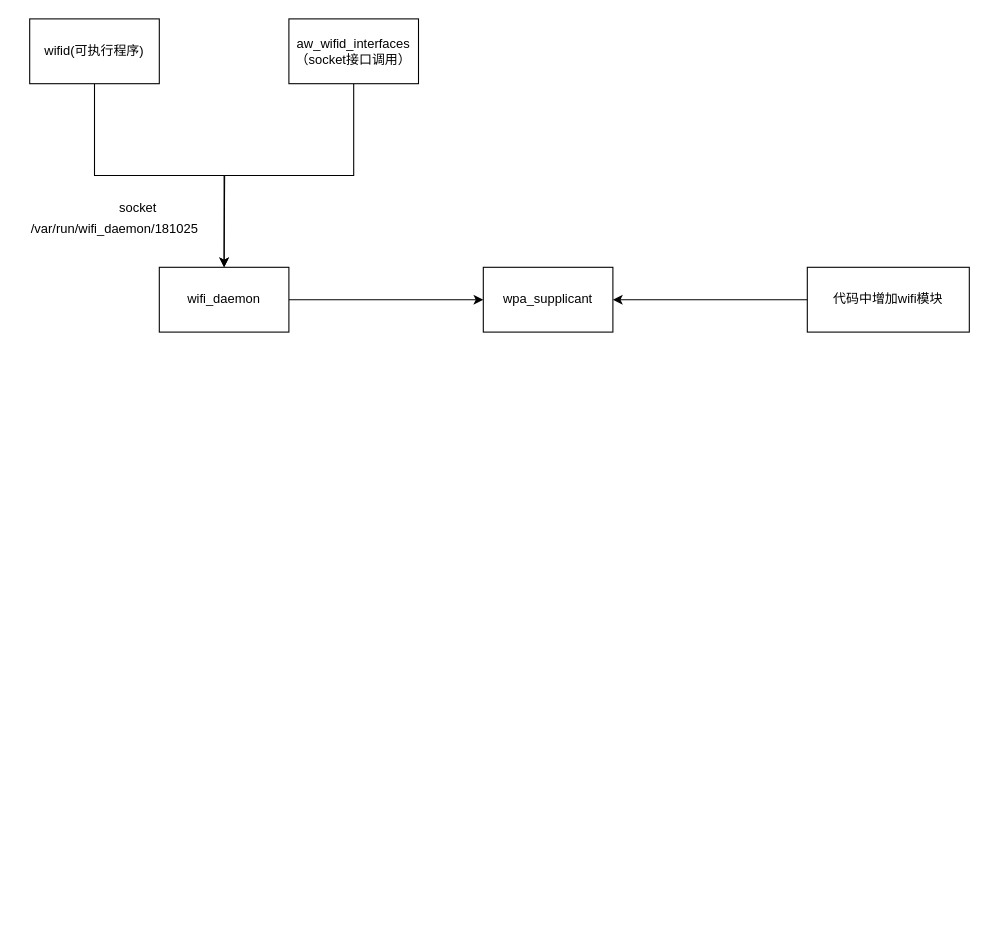
Earlier version of the draw.io diagram 未命名绘图.drawio (whatdyouwant/drawio). Source tidied: cells renumbered, new cells numbered last; positions are measured from the earlier drawing's top-left corner, leaving out a move shared by most shapes. Both pictures are drawn from the tidied source at 108%, with x=0, y=0 at pixel (18, 18).
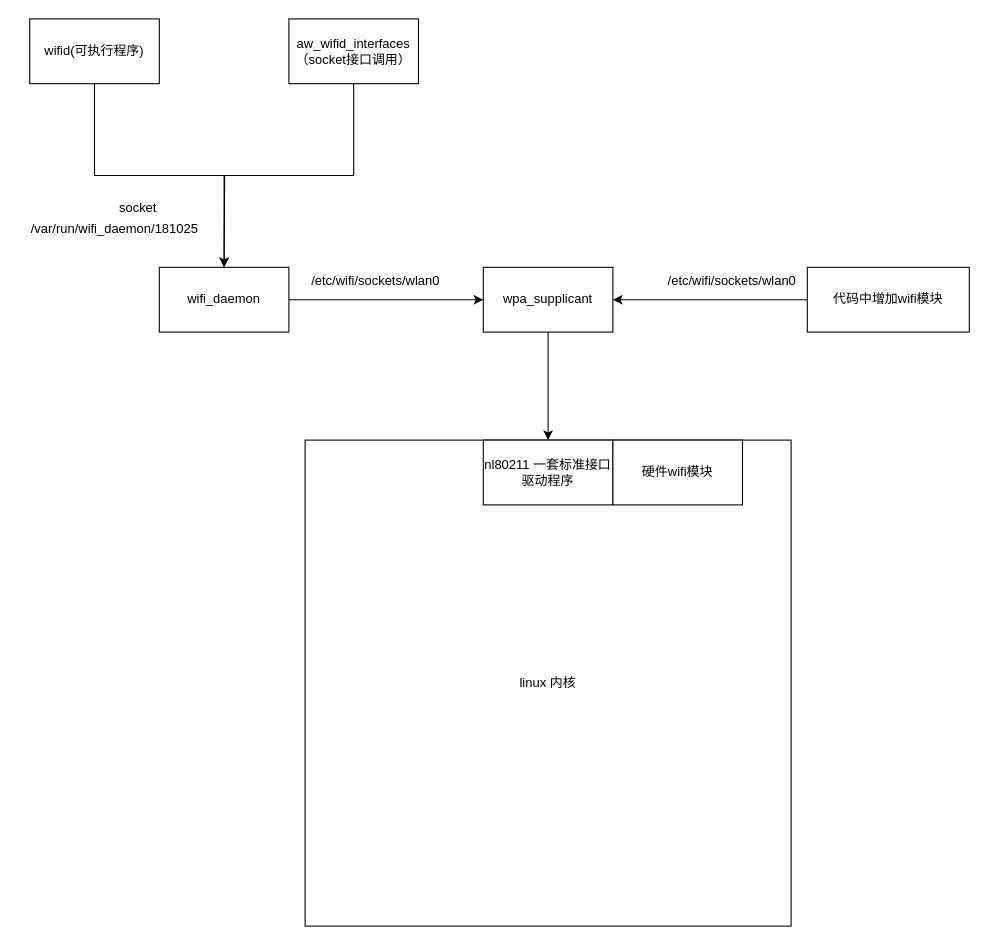
The same diagram, later.

Change to the diagram source:
```diff
@@
 <mxGraphModel>
   <root>
     <mxCell id="0" />
     <mxCell id="1" parent="0" />
     <mxCell id="2" style="edgeStyle=orthogonalEdgeStyle;rounded=0;jettySize=auto;html=1;entryX=0.5;entryY=0;entryDx=0;entryDy=0;" parent="1" edge="1" source="3" target="5">
       <mxGeometry relative="1" as="geometry" />
     </mxCell>
     <mxCell id="3" value="wifid(可执行程序)" style="rounded=0;whiteSpace=wrap;html=1;" parent="1" vertex="1">
       <mxGeometry x="10" width="120" height="60" as="geometry" />
     </mxCell>
     <mxCell id="4" style="edgeStyle=orthogonalEdgeStyle;rounded=0;jettySize=auto;html=1;" parent="1" edge="1" source="5" target="6">
       <mxGeometry relative="1" as="geometry" />
     </mxCell>
     <mxCell id="5" value="wifi_daemon" style="rounded=0;whiteSpace=wrap;html=1;" parent="1" vertex="1">
       <mxGeometry x="130" y="230" width="120" height="60" as="geometry" />
     </mxCell>
+    <mxCell id="13" style="edgeStyle=orthogonalEdgeStyle;rounded=0;jettySize=auto;html=1;" parent="1" edge="1" source="6" target="17">
+      <mxGeometry relative="1" as="geometry" />
+    </mxCell>
     <mxCell id="6" value="wpa_supplicant" style="rounded=0;whiteSpace=wrap;html=1;" parent="1" vertex="1">
       <mxGeometry x="430" y="230" width="120" height="60" as="geometry" />
     </mxCell>
     <mxCell id="7" style="edgeStyle=orthogonalEdgeStyle;rounded=0;jettySize=auto;html=1;exitX=0.5;exitY=1;exitDx=0;exitDy=0;" parent="1" edge="1" source="8">
       <mxGeometry relative="1" as="geometry">
         <mxPoint x="190" y="230" as="targetPoint" />
       </mxGeometry>
     </mxCell>
     <mxCell id="8" value="aw_wifid_interfaces（socket接口调用）" style="rounded=0;whiteSpace=wrap;html=1;" parent="1" vertex="1">
       <mxGeometry x="250" width="120" height="60" as="geometry" />
     </mxCell>
     <mxCell id="9" value="socket" style="text;html=1;align=center;verticalAlign=middle;strokeColor=none;fillColor=none;" parent="1" vertex="1">
       <mxGeometry x="80" y="160" width="60" height="30" as="geometry" />
     </mxCell>
     <mxCell id="10" value="/var/run/wifi_daemon/181025&amp;nbsp;" style="text;html=1;align=center;verticalAlign=middle;strokeColor=none;fillColor=none;" parent="1" vertex="1">
       <mxGeometry y="180" width="180" height="30" as="geometry" />
     </mxCell>
     <mxCell id="11" style="edgeStyle=orthogonalEdgeStyle;rounded=0;jettySize=auto;html=1;entryX=1;entryY=0.5;entryDx=0;entryDy=0;" parent="1" edge="1" source="12" target="6">
       <mxGeometry relative="1" as="geometry" />
     </mxCell>
     <mxCell id="12" value="代码中增加wifi模块" style="rounded=0;whiteSpace=wrap;html=1;" parent="1" vertex="1">
       <mxGeometry x="730" y="230" width="150" height="60" as="geometry" />
     </mxCell>
+    <mxCell id="14" value="linux 内核" style="whiteSpace=wrap;html=1;" parent="1" vertex="1">
+      <mxGeometry x="265" y="390" width="450" height="450" as="geometry" />
+    </mxCell>
+    <mxCell id="15" value="/etc/wifi/sockets/wlan0" style="text;html=1;align=center;verticalAlign=middle;strokeColor=none;fillColor=none;" parent="1" vertex="1">
+      <mxGeometry x="260" y="228" width="140" height="30" as="geometry" />
+    </mxCell>
+    <mxCell id="16" value="/etc/wifi/sockets/wlan0" style="text;html=1;align=center;verticalAlign=middle;strokeColor=none;fillColor=none;" parent="1" vertex="1">
+      <mxGeometry x="590" y="228" width="140" height="30" as="geometry" />
+    </mxCell>
+    <mxCell id="17" value="nl80211 一套标准接口驱动程序" style="whiteSpace=wrap;html=1;rounded=0;" parent="1" vertex="1">
+      <mxGeometry x="430" y="390" width="120" height="60" as="geometry" />
+    </mxCell>
+    <mxCell id="18" value="硬件wifi模块" style="rounded=0;whiteSpace=wrap;html=1;" parent="1" vertex="1">
+      <mxGeometry x="550" y="390" width="120" height="60" as="geometry" />
+    </mxCell>
   </root>
 </mxGraphModel>
```
